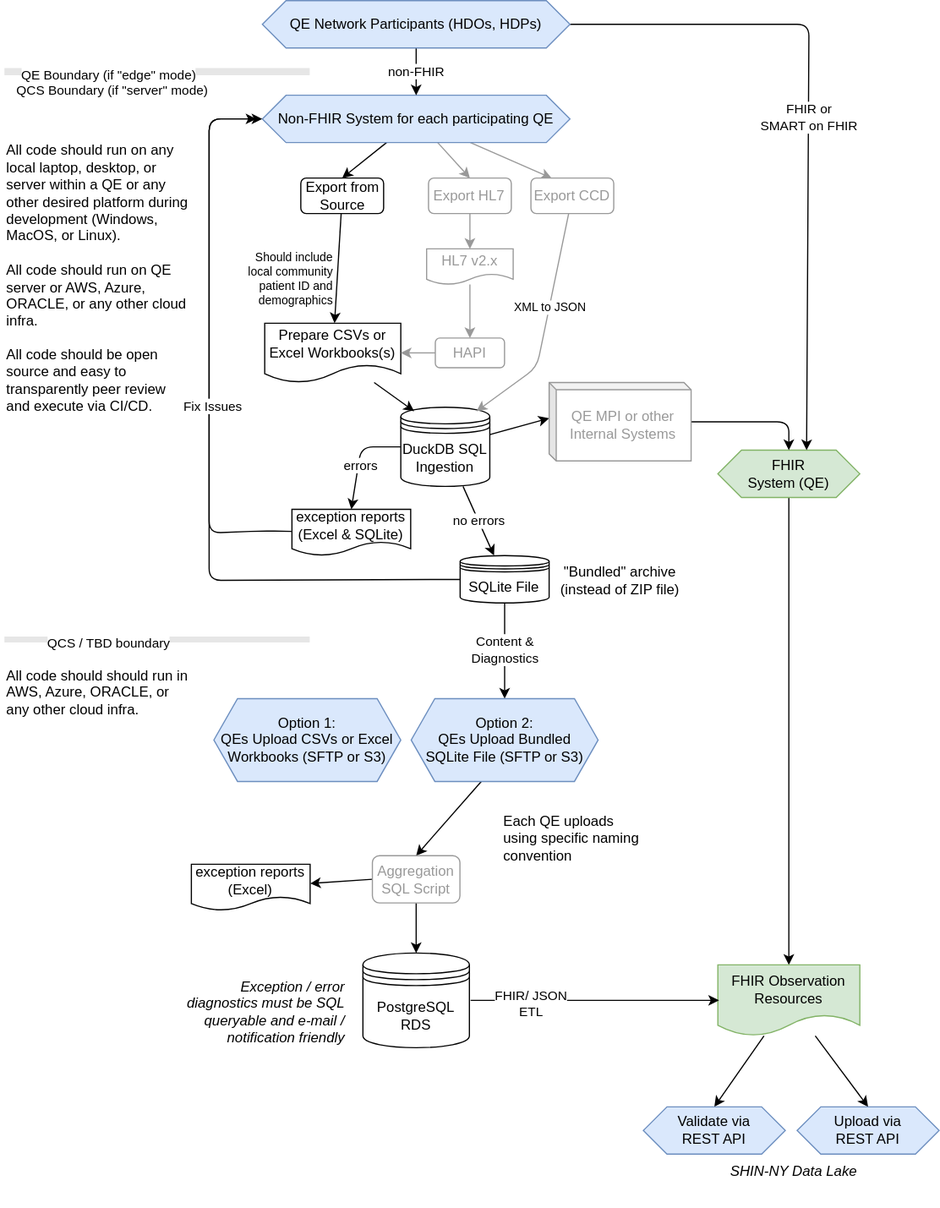
Above: support/docs/self-sufficient-architecture.drawio.svg in qe-collaborative-services/1115-hub (draw.io), before the change. Source tidied: cells renumbered, new cells last; positions are measured from the earlier drawing's top-left corner, leaving out a move shared by most shapes.
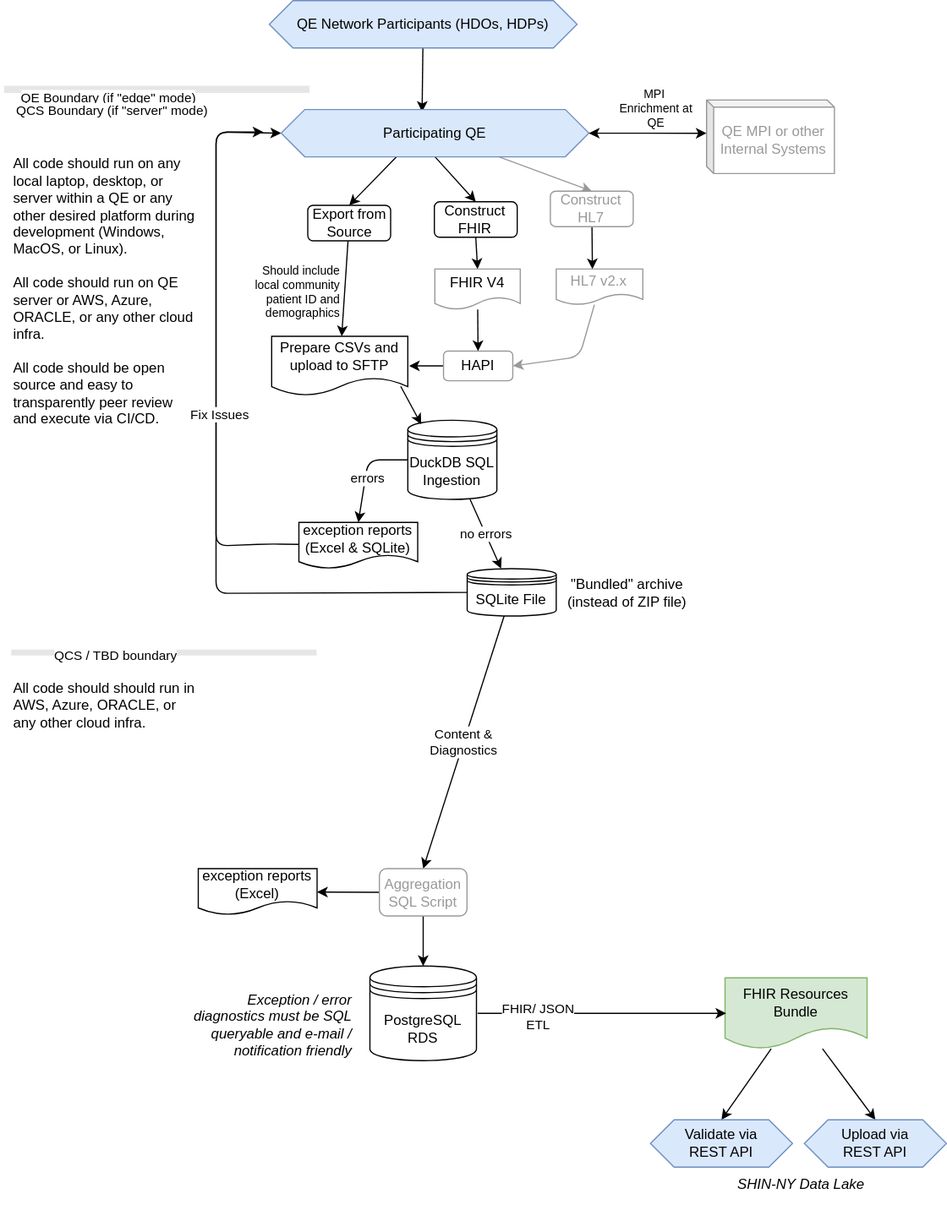
The same file after the commit.

Commit message:
doc: updates to architecture diagram

Update the architecture diagram to make it current.
Add the expanded workflow for FHIR processing

Change to the diagram source:
```diff
@@ -2,31 +2,22 @@
   <root>
     <mxCell id="0" />
     <mxCell id="1" parent="0" />
-    <mxCell id="2" style="edgeStyle=none;html=1;entryX=0.5;entryY=0;entryDx=0;entryDy=0;fontColor=#000000;" parent="1" edge="1" source="5" target="15">
+    <mxCell id="2" style="edgeStyle=none;html=1;entryX=0.5;entryY=0;entryDx=0;entryDy=0;fontColor=#000000;exitX=0.375;exitY=1;exitDx=0;exitDy=0;" parent="1" edge="1" source="70" target="15">
       <mxGeometry relative="1" as="geometry" />
     </mxCell>
-    <mxCell id="3" style="edgeStyle=none;html=1;entryX=0.5;entryY=0;entryDx=0;entryDy=0;fontColor=#999999;strokeColor=#999999;" parent="1" edge="1" source="5" target="17">
+    <mxCell id="3" style="edgeStyle=none;html=1;entryX=0.5;entryY=0;entryDx=0;entryDy=0;fontColor=#999999;strokeColor=#000000;exitX=0.5;exitY=1;exitDx=0;exitDy=0;" parent="1" edge="1" source="70" target="17">
       <mxGeometry relative="1" as="geometry" />
     </mxCell>
-    <mxCell id="4" style="edgeStyle=none;html=1;entryX=0.25;entryY=0;entryDx=0;entryDy=0;fontSize=10;strokeColor=#999999;" parent="1" edge="1" source="5" target="57">
-      <mxGeometry relative="1" as="geometry" />
-    </mxCell>
-    <mxCell id="5" value="Non-FHIR System for each participating QE" style="shape=hexagon;perimeter=hexagonPerimeter2;whiteSpace=wrap;html=1;fixedSize=1;fillColor=#dae8fc;strokeColor=#6c8ebf;" parent="1" vertex="1">
-      <mxGeometry x="218" y="80" width="260" height="40" as="geometry" />
-    </mxCell>
-    <mxCell id="6" style="edgeStyle=none;html=1;entryX=0.5;entryY=0;entryDx=0;entryDy=0;" parent="1" edge="1" source="7" target="10">
-      <mxGeometry relative="1" as="geometry" />
-    </mxCell>
-    <mxCell id="7" value="FHIR&lt;br&gt;System (QE)" style="shape=hexagon;perimeter=hexagonPerimeter2;whiteSpace=wrap;html=1;fixedSize=1;fillColor=#d5e8d4;strokeColor=#82b366;" parent="1" vertex="1">
-      <mxGeometry x="603" y="380" width="120" height="40" as="geometry" />
-    </mxCell>
+    <mxCell id="64" style="edgeStyle=none;html=1;entryX=0.5;entryY=0;entryDx=0;entryDy=0;strokeColor=#999999;" parent="1" edge="1" source="70" target="67">
+      <mxGeometry relative="1" as="geometry" />
+    </mxCell>
     <mxCell id="8" style="edgeStyle=none;html=1;entryX=0.5;entryY=0;entryDx=0;entryDy=0;fontColor=#000000;" parent="1" edge="1" source="10" target="19">
       <mxGeometry relative="1" as="geometry" />
     </mxCell>
     <mxCell id="9" style="edgeStyle=none;html=1;entryX=0.5;entryY=0;entryDx=0;entryDy=0;strokeColor=#000000;fontColor=#999999;" parent="1" edge="1" source="10" target="49">
       <mxGeometry relative="1" as="geometry" />
     </mxCell>
-    <mxCell id="10" value="FHIR Observation Resources" style="shape=document;whiteSpace=wrap;html=1;boundedLbl=1;fillColor=#d5e8d4;strokeColor=#82b366;" parent="1" vertex="1">
+    <mxCell id="10" value="FHIR Resources Bundle" style="shape=document;whiteSpace=wrap;html=1;boundedLbl=1;fillColor=#d5e8d4;strokeColor=#82b366;" parent="1" vertex="1">
       <mxGeometry x="603" y="815" width="120" height="60" as="geometry" />
     </mxCell>
     <mxCell id="11" style="edgeStyle=none;html=1;entryX=0;entryY=0.5;entryDx=0;entryDy=0;fontColor=#000000;" parent="1" edge="1">
@@ -45,48 +36,44 @@
       <mxGeometry relative="1" as="geometry" />
     </mxCell>
     <mxCell id="15" value="Export from Source" style="rounded=1;whiteSpace=wrap;html=1;" parent="1" vertex="1">
-      <mxGeometry x="250.5" y="150" width="70" height="30" as="geometry" />
+      <mxGeometry x="250.5" y="162" width="70" height="30" as="geometry" />
     </mxCell>
-    <mxCell id="16" style="edgeStyle=none;html=1;exitX=0.5;exitY=1;exitDx=0;exitDy=0;entryX=0.5;entryY=0;entryDx=0;entryDy=0;fontColor=#999999;strokeColor=#999999;" parent="1" edge="1" source="17" target="21">
+    <mxCell id="16" style="edgeStyle=none;html=1;exitX=0.5;exitY=1;exitDx=0;exitDy=0;entryX=0.5;entryY=0;entryDx=0;entryDy=0;fontColor=#999999;strokeColor=#000000;" parent="1" edge="1" source="17" target="21">
       <mxGeometry relative="1" as="geometry" />
     </mxCell>
-    <mxCell id="17" value="Export HL7" style="rounded=1;whiteSpace=wrap;html=1;fontColor=#999999;strokeColor=#999999;" parent="1" vertex="1">
-      <mxGeometry x="358.4" y="150" width="70" height="30" as="geometry" />
+    <mxCell id="17" value="&lt;font color=&quot;#000000&quot;&gt;Construct FHIR&lt;/font&gt;" style="rounded=1;whiteSpace=wrap;html=1;fontColor=#999999;strokeColor=#000000;" parent="1" vertex="1">
+      <mxGeometry x="357.4" y="159" width="70" height="30" as="geometry" />
     </mxCell>
-    <mxCell id="18" style="edgeStyle=none;html=1;entryX=0.5;entryY=0;entryDx=0;entryDy=0;fontColor=#000000;exitX=0.375;exitY=1;exitDx=0;exitDy=0;" parent="1" edge="1" source="63" target="54">
-      <mxGeometry relative="1" as="geometry" />
-    </mxCell>
     <mxCell id="19" value="Validate via&lt;br&gt;REST API" style="shape=hexagon;perimeter=hexagonPerimeter2;whiteSpace=wrap;html=1;fixedSize=1;fillColor=#dae8fc;strokeColor=#6c8ebf;" parent="1" vertex="1">
       <mxGeometry x="540" y="935" width="120" height="40" as="geometry" />
     </mxCell>
-    <mxCell id="20" value="Prepare CSVs or Excel Workbooks(s)" style="shape=document;whiteSpace=wrap;html=1;boundedLbl=1;" parent="1" vertex="1">
+    <mxCell id="20" value="Prepare CSVs and upload to SFTP" style="shape=document;whiteSpace=wrap;html=1;boundedLbl=1;" parent="1" vertex="1">
       <mxGeometry x="220" y="272.7" width="115" height="50.1" as="geometry" />
     </mxCell>
-    <mxCell id="21" value="HL7 v2.x" style="shape=document;whiteSpace=wrap;html=1;boundedLbl=1;fontColor=#999999;strokeColor=#999999;" parent="1" vertex="1">
-      <mxGeometry x="356.9" y="209.9" width="73.2" height="30.1" as="geometry" />
+    <mxCell id="21" value="&lt;font color=&quot;#000000&quot;&gt;FHIR V4&lt;/font&gt;" style="shape=document;whiteSpace=wrap;html=1;boundedLbl=1;fontColor=#999999;strokeColor=#999999;" parent="1" vertex="1">
+      <mxGeometry x="357.9" y="215.9" width="72.2" height="34.1" as="geometry" />
     </mxCell>
-    <mxCell id="22" style="edgeStyle=none;html=1;entryX=1;entryY=0.5;entryDx=0;entryDy=0;fontColor=#999999;strokeColor=#999999;" parent="1" edge="1" source="23" target="20">
-      <mxGeometry relative="1" as="geometry" />
+    <mxCell id="22" style="edgeStyle=none;html=1;entryX=1;entryY=0.5;entryDx=0;entryDy=0;fontColor=#999999;strokeColor=#000000;" parent="1" edge="1" source="23">
+      <mxGeometry relative="1" as="geometry">
+        <mxPoint x="336" y="297.8" as="targetPoint" />
+      </mxGeometry>
     </mxCell>
-    <mxCell id="23" value="HAPI" style="rounded=1;whiteSpace=wrap;html=1;fontColor=#999999;strokeColor=#999999;" parent="1" vertex="1">
-      <mxGeometry x="364.2" y="285.2" width="58.5" height="25.1" as="geometry" />
+    <mxCell id="23" value="&lt;font color=&quot;#000000&quot;&gt;HAPI&lt;/font&gt;" style="rounded=1;whiteSpace=wrap;html=1;fontColor=#999999;strokeColor=#999999;" parent="1" vertex="1">
+      <mxGeometry x="365.2" y="285.2" width="58.5" height="25.1" as="geometry" />
     </mxCell>
-    <mxCell id="24" style="edgeStyle=none;html=1;fontColor=#999999;strokeColor=#999999;" parent="1" edge="1" source="21" target="23">
+    <mxCell id="24" style="edgeStyle=none;html=1;fontColor=#999999;strokeColor=#000000;" parent="1" edge="1" source="21" target="23">
       <mxGeometry relative="1" as="geometry" />
     </mxCell>
     <mxCell id="25" value="no errors" style="edgeStyle=none;html=1;fontColor=#000000;" parent="1" edge="1" source="27" target="31">
       <mxGeometry relative="1" as="geometry" />
     </mxCell>
-    <mxCell id="26" style="edgeStyle=none;html=1;entryX=0;entryY=0;entryDx=0;entryDy=30.134999999999998;entryPerimeter=0;strokeColor=#000000;fontColor=#999999;" parent="1" edge="1" source="27" target="51">
-      <mxGeometry relative="1" as="geometry" />
-    </mxCell>
     <mxCell id="27" value="DuckDB SQL Ingestion" style="shape=datastore;whiteSpace=wrap;html=1;" parent="1" vertex="1">
       <mxGeometry x="335" y="343.7" width="75.2" height="66.9" as="geometry" />
     </mxCell>
-    <mxCell id="28" style="edgeStyle=none;html=1;entryX=0.15;entryY=0.05;entryDx=0;entryDy=0;entryPerimeter=0;" parent="1" edge="1" source="20" target="27">
+    <mxCell id="28" style="edgeStyle=none;html=1;entryX=0.15;entryY=0.05;entryDx=0;entryDy=0;entryPerimeter=0;exitX=0.948;exitY=0.844;exitDx=0;exitDy=0;exitPerimeter=0;" parent="1" edge="1" source="20" target="27">
       <mxGeometry relative="1" as="geometry" />
     </mxCell>
-    <mxCell id="29" value="Content &amp;amp;&lt;br&gt;Diagnostics" style="edgeStyle=none;html=1;fontColor=#000000;entryX=0.5;entryY=0;entryDx=0;entryDy=0;" parent="1" edge="1" source="31" target="63">
+    <mxCell id="29" value="Content &amp;amp;&lt;br&gt;Diagnostics" style="edgeStyle=none;html=1;fontColor=#000000;entryX=0.5;entryY=0;entryDx=0;entryDy=0;" parent="1" edge="1" source="31" target="54">
       <mxGeometry relative="1" as="geometry" />
     </mxCell>
     <mxCell id="30" style="edgeStyle=none;html=1;fontColor=#000000;" parent="1" edge="1" source="31">
@@ -102,7 +89,7 @@
     <mxCell id="31" value="SQLite File" style="shape=datastore;whiteSpace=wrap;html=1;strokeColor=#000000;fontColor=#000000;" parent="1" vertex="1">
       <mxGeometry x="385.2" y="469.1" width="75.2" height="40" as="geometry" />
     </mxCell>
-    <mxCell id="32" style="edgeStyle=none;html=1;entryX=0;entryY=0.5;entryDx=0;entryDy=0;fontColor=#E6E6E6;" parent="1" edge="1" source="34" target="5">
+    <mxCell id="32" style="edgeStyle=none;html=1;entryX=0;entryY=0.5;entryDx=0;entryDy=0;fontColor=#E6E6E6;" parent="1" edge="1" source="34" target="70">
       <mxGeometry relative="1" as="geometry">
         <Array as="points">
           <mxPoint x="218" y="448.2" />
@@ -137,29 +124,24 @@
       </mxGeometry>
     </mxCell>
     <mxCell id="39" value="exception reports (Excel)" style="shape=document;whiteSpace=wrap;html=1;boundedLbl=1;" parent="1" vertex="1">
-      <mxGeometry x="158" y="730" width="100.4" height="39.1" as="geometry" />
+      <mxGeometry x="158" y="722.7" width="100.4" height="39.1" as="geometry" />
     </mxCell>
-    <mxCell id="40" value="non-FHIR" style="edgeStyle=none;html=1;fontColor=#000000;" parent="1" edge="1" source="42" target="5">
-      <mxGeometry relative="1" as="geometry" />
-    </mxCell>
-    <mxCell id="41" value="FHIR or&lt;br&gt;SMART on FHIR" style="edgeStyle=none;html=1;entryX=0.625;entryY=0;entryDx=0;entryDy=0;strokeColor=#000000;fontColor=#000000;" parent="1" edge="1" source="42" target="7">
-      <mxGeometry relative="1" as="geometry">
-        <Array as="points">
-          <mxPoint x="680" y="20" />
-        </Array>
-      </mxGeometry>
-    </mxCell>
+    <mxCell id="65" style="edgeStyle=none;html=1;entryX=0.458;entryY=0.05;entryDx=0;entryDy=0;entryPerimeter=0;" parent="1" edge="1" source="42" target="70">
+      <mxGeometry relative="1" as="geometry" />
+    </mxCell>
     <mxCell id="42" value="QE Network Participants (HDOs, HDPs)" style="shape=hexagon;perimeter=hexagonPerimeter2;whiteSpace=wrap;html=1;fixedSize=1;fillColor=#dae8fc;strokeColor=#6c8ebf;" parent="1" vertex="1">
-      <mxGeometry x="218" width="260" height="40" as="geometry" />
+      <mxGeometry x="218" y="-11" width="260" height="40" as="geometry" />
     </mxCell>
     <mxCell id="43" style="endArrow=none;html=1;fontColor=#000000;strokeWidth=6;fillColor=#f5f5f5;strokeColor=#E6E6E6;" parent="1" edge="1">
       <mxGeometry relative="1" as="geometry">
-        <mxPoint y="60" as="sourcePoint" />
-        <mxPoint x="258" y="60" as="targetPoint" />
+        <mxPoint x="-6" y="64" as="sourcePoint" />
+        <mxPoint x="252" y="64" as="targetPoint" />
       </mxGeometry>
     </mxCell>
     <mxCell id="44" value="QE Boundary (if &quot;edge&quot; mode)" style="edgeLabel;html=1;align=center;verticalAlign=middle;fontColor=#000000;" parent="43" vertex="1">
-      <mxGeometry x="-0.33" y="-2" relative="1" as="geometry" />
+      <mxGeometry x="-0.33" y="-2" relative="1" as="geometry">
+        <mxPoint y="4" as="offset" />
+      </mxGeometry>
     </mxCell>
     <mxCell id="45" style="endArrow=none;html=1;fontColor=#000000;strokeWidth=5;fillColor=#dae8fc;strokeColor=#E6E6E6;" parent="1" edge="1">
       <mxGeometry relative="1" as="geometry">
@@ -179,57 +161,51 @@
     <mxCell id="49" value="Upload via&lt;br&gt;REST API" style="shape=hexagon;perimeter=hexagonPerimeter2;whiteSpace=wrap;html=1;fixedSize=1;fillColor=#dae8fc;strokeColor=#6c8ebf;" parent="1" vertex="1">
       <mxGeometry x="670" y="935" width="120" height="40" as="geometry" />
     </mxCell>
-    <mxCell id="50" style="edgeStyle=none;html=1;entryX=0.5;entryY=0;entryDx=0;entryDy=0;strokeColor=#000000;fontColor=#999999;" parent="1" edge="1" source="51" target="7">
-      <mxGeometry relative="1" as="geometry">
-        <Array as="points">
-          <mxPoint x="663" y="356" />
-        </Array>
-      </mxGeometry>
-    </mxCell>
     <mxCell id="51" value="QE MPI or other Internal Systems" style="shape=cube;whiteSpace=wrap;html=1;boundedLbl=1;backgroundOutline=1;darkOpacity=0.05;darkOpacity2=0.1;strokeColor=#999999;fontColor=#999999;size=6;" parent="1" vertex="1">
-      <mxGeometry x="460.4" y="322.8" width="120" height="66.3" as="geometry" />
+      <mxGeometry x="587.4" y="73" width="108" height="62.1" as="geometry" />
     </mxCell>
     <mxCell id="52" value="&lt;span style=&quot;&quot;&gt;Exception / error diagnostics must be SQL queryable and e-mail / notification friendly&lt;/span&gt;" style="text;html=1;strokeColor=none;fillColor=none;align=right;verticalAlign=middle;whiteSpace=wrap;rounded=0;fontStyle=2;" parent="1" vertex="1">
       <mxGeometry x="136.7" y="825" width="153" height="60" as="geometry" />
     </mxCell>
-    <mxCell id="53" value="Each QE uploads using specific naming convention" style="text;html=1;strokeColor=none;fillColor=none;align=left;verticalAlign=middle;whiteSpace=wrap;rounded=0;" parent="1" vertex="1">
-      <mxGeometry x="420" y="692.7" width="120" height="30" as="geometry" />
-    </mxCell>
     <mxCell id="54" value="Aggregation SQL Script" style="rounded=1;whiteSpace=wrap;html=1;fontColor=#999999;strokeColor=#999999;" parent="1" vertex="1">
       <mxGeometry x="311" y="722.7" width="74" height="40" as="geometry" />
     </mxCell>
-    <mxCell id="55" style="edgeStyle=none;html=1;entryX=0.85;entryY=0.05;entryDx=0;entryDy=0;entryPerimeter=0;strokeColor=#999999;fontSize=10;" parent="1" edge="1" source="57" target="27">
-      <mxGeometry relative="1" as="geometry">
-        <Array as="points">
-          <mxPoint x="450" y="310" />
-        </Array>
-      </mxGeometry>
-    </mxCell>
-    <mxCell id="56" value="XML to JSON" style="edgeLabel;html=1;align=center;verticalAlign=middle;fontSize=10;" parent="55" vertex="1">
-      <mxGeometry x="-0.18" relative="1" as="geometry">
-        <mxPoint y="-1" as="offset" />
-      </mxGeometry>
-    </mxCell>
-    <mxCell id="57" value="Export CCD" style="rounded=1;whiteSpace=wrap;html=1;fontColor=#999999;strokeColor=#999999;" parent="1" vertex="1">
-      <mxGeometry x="445" y="150" width="70" height="30" as="geometry" />
-    </mxCell>
     <mxCell id="58" value="Should include local community patient ID and demographics" style="text;html=1;strokeColor=none;fillColor=none;align=right;verticalAlign=middle;whiteSpace=wrap;rounded=0;fontColor=#000000;fontSize=10;" parent="1" vertex="1">
       <mxGeometry x="193" y="195.2" width="87" height="79.7" as="geometry" />
     </mxCell>
     <mxCell id="59" value="&lt;span style=&quot;&quot;&gt;SHIN-NY Data Lake&lt;/span&gt;" style="text;html=1;strokeColor=none;fillColor=none;align=right;verticalAlign=middle;whiteSpace=wrap;rounded=0;fontStyle=2;" parent="1" vertex="1">
       <mxGeometry x="570" y="960" width="153" height="60" as="geometry" />
     </mxCell>
-    <mxCell id="60" value="Option 1:&lt;br&gt;QEs Upload CSVs or Excel Workbooks (SFTP or S3)" style="shape=hexagon;perimeter=hexagonPerimeter2;whiteSpace=wrap;html=1;fixedSize=1;fillColor=#dae8fc;strokeColor=#6c8ebf;" parent="1" vertex="1">
-      <mxGeometry x="177" y="590" width="158" height="70" as="geometry" />
-    </mxCell>
     <mxCell id="61" value="QCS Boundary (if &quot;server&quot; mode)" style="edgeLabel;html=1;align=center;verticalAlign=middle;fontColor=#000000;" parent="1" vertex="1">
-      <mxGeometry x="90" y="75" as="geometry" />
+      <mxGeometry x="84" y="81" as="geometry" />
     </mxCell>
     <mxCell id="62" value="&quot;Bundled&quot; archive&lt;br&gt;(instead of ZIP file)" style="text;html=1;align=center;verticalAlign=middle;strokeColor=none;fillColor=none;" parent="1" vertex="1">
       <mxGeometry x="460.4" y="470" width="120" height="40" as="geometry" />
     </mxCell>
-    <mxCell id="63" value="Option 2:&lt;br&gt;QEs Upload Bundled&lt;br&gt;SQLite File (SFTP or S3)" style="shape=hexagon;perimeter=hexagonPerimeter2;whiteSpace=wrap;html=1;fixedSize=1;fillColor=#dae8fc;strokeColor=#6c8ebf;" parent="1" vertex="1">
-      <mxGeometry x="343.8" y="590" width="158" height="70" as="geometry" />
-    </mxCell>
+    <mxCell id="66" style="edgeStyle=none;html=1;entryX=0.418;entryY=0.005;entryDx=0;entryDy=0;entryPerimeter=0;" parent="1" edge="1" source="67" target="69">
+      <mxGeometry relative="1" as="geometry" />
+    </mxCell>
+    <mxCell id="67" value="Construct HL7" style="rounded=1;whiteSpace=wrap;html=1;fontColor=#999999;strokeColor=#999999;" parent="1" vertex="1">
+      <mxGeometry x="455.4" y="150" width="70" height="30" as="geometry" />
+    </mxCell>
+    <mxCell id="68" style="edgeStyle=none;html=1;entryX=1;entryY=0.5;entryDx=0;entryDy=0;strokeColor=#999999;" parent="1" edge="1" source="69" target="23">
+      <mxGeometry relative="1" as="geometry">
+        <Array as="points">
+          <mxPoint x="480" y="290" />
+        </Array>
+      </mxGeometry>
+    </mxCell>
+    <mxCell id="69" value="HL7 v2.x" style="shape=document;whiteSpace=wrap;html=1;boundedLbl=1;fontColor=#999999;strokeColor=#999999;" parent="1" vertex="1">
+      <mxGeometry x="460.4" y="215.9" width="73.2" height="30.1" as="geometry" />
+    </mxCell>
+    <mxCell id="70" value="Participating QE" style="shape=hexagon;perimeter=hexagonPerimeter2;whiteSpace=wrap;html=1;fixedSize=1;fillColor=#dae8fc;strokeColor=#6c8ebf;" parent="1" vertex="1">
+      <mxGeometry x="228" y="81" width="260" height="40" as="geometry" />
+    </mxCell>
+    <mxCell id="71" value="MPI&amp;nbsp; Enrichment at QE" style="text;html=1;strokeColor=none;fillColor=none;align=center;verticalAlign=middle;whiteSpace=wrap;rounded=0;fontColor=#000000;fontSize=10;" parent="1" vertex="1">
+      <mxGeometry x="510" y="56" width="70.4" height="48.7" as="geometry" />
+    </mxCell>
+    <mxCell id="72" style="endArrow=classic;startArrow=classic;html=1;entryX=0;entryY=0;entryDx=0;entryDy=28.065;entryPerimeter=0;" parent="1" edge="1" source="70" target="51">
+      <mxGeometry relative="1" as="geometry" />
+    </mxCell>
   </root>
 </mxGraphModel>
```
